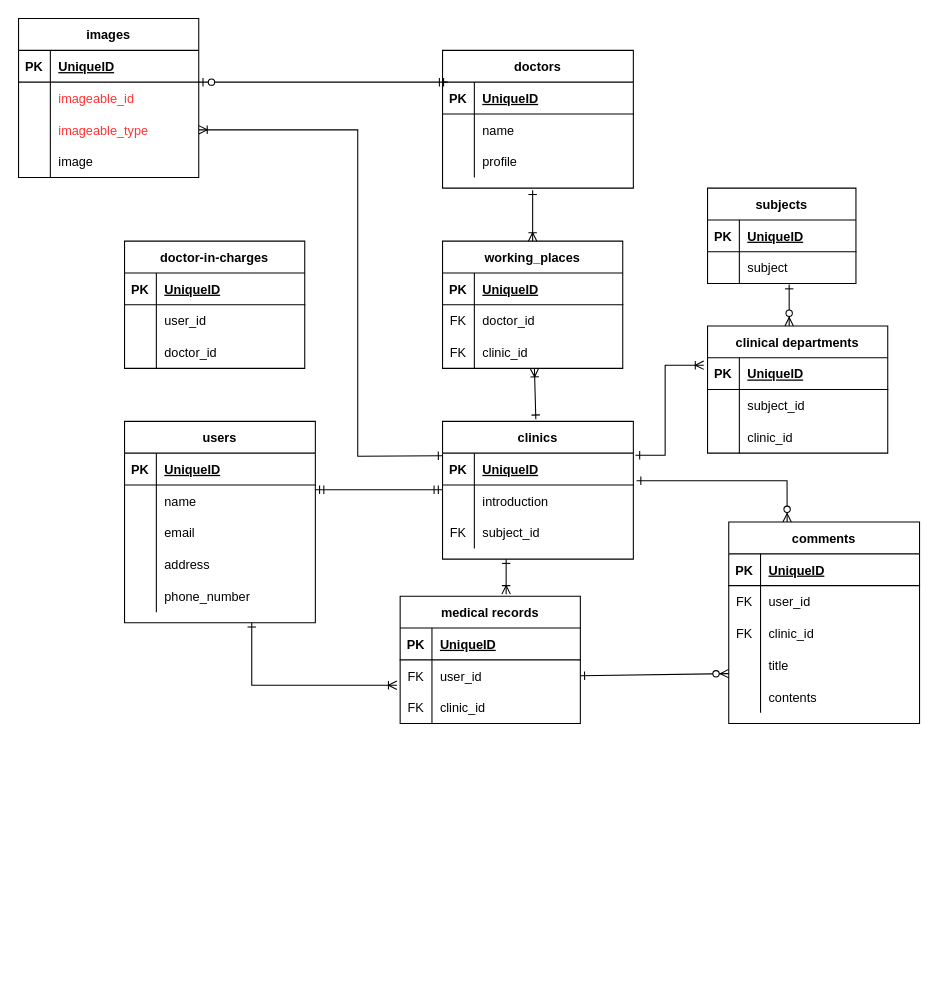
Earlier version of the draw.io diagram page "help_doctor" (4 of 4) of Untitled Diagram.drawio (Sec-il-n/dic_guraduate_parts). Source tidied: cells renumbered, new cells numbered last; positions are measured from the earlier drawing's top-left corner, leaving out a move shared by most shapes. Both pictures are drawn from the tidied source at 106%, with x=0, y=0 at pixel (18, 18).
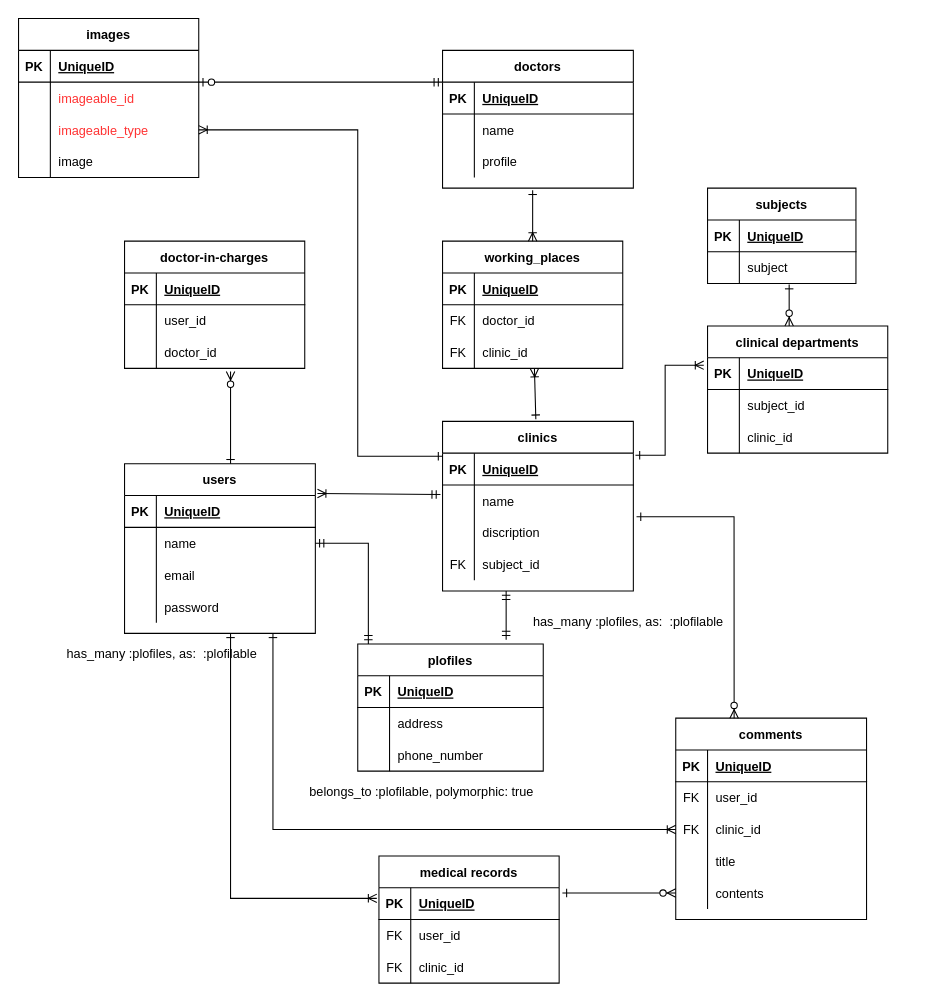
The same diagram, later.

Commit message (it also covers changes not shown here):
Untitled Diagram.drawio を更新します

The change refers to these unchanged cells:
```xml
<mxCell id="3" style="shape=partialRectangle;fillColor=none;top=0;left=0;bottom=1;right=0;points=[[0,0.5],[1,0.5]];portConstraint=eastwest;" parent="2" vertex="1">
  <mxGeometry y="30" width="180" height="30" as="geometry" />
</mxCell>
<mxCell id="6" style="shape=partialRectangle;fillColor=none;top=0;left=0;bottom=0;right=0;points=[[0,0.5],[1,0.5]];portConstraint=eastwest;" parent="2" vertex="1">
  <mxGeometry y="60" width="180" height="30" as="geometry" />
</mxCell>
<mxCell id="12" style="shape=partialRectangle;fillColor=none;top=0;left=0;bottom=0;right=0;" parent="2" vertex="1">
  <mxGeometry y="120" width="180" height="30" as="geometry" />
</mxCell>
<mxCell id="25" style="shape=partialRectangle;fillColor=none;top=0;left=0;bottom=0;right=0;points=[[0,0.5],[1,0.5]];portConstraint=eastwest;" parent="18" vertex="1">
  <mxGeometry y="90" width="170" height="30" as="geometry" />
</mxCell>
<mxCell id="35" style="shape=partialRectangle;fillColor=none;top=0;left=0;bottom=0;right=0;points=[[0,0.5],[1,0.5]];portConstraint=eastwest;" parent="31" vertex="1">
  <mxGeometry y="60" width="180" height="30" as="geometry" />
</mxCell>
<mxCell id="67" style="shape=partialRectangle;fillColor=none;top=0;left=0;bottom=1;right=0;points=[[0,0.5],[1,0.5]];portConstraint=eastwest;" parent="66" vertex="1">
  <mxGeometry y="30" width="170" height="30" as="geometry" />
</mxCell>
<mxCell id="70" style="shape=partialRectangle;fillColor=none;top=0;left=0;bottom=0;right=0;points=[[0,0.5],[1,0.5]];portConstraint=eastwest;" parent="66" vertex="1">
  <mxGeometry y="60" width="170" height="30" as="geometry" />
</mxCell>
<mxCell id="95" style="shape=partialRectangle;fillColor=none;top=0;left=0;bottom=0;right=0;points=[[0,0.5],[1,0.5]];portConstraint=eastwest;" parent="88" vertex="1">
  <mxGeometry y="90" width="180" height="30" as="geometry" />
</mxCell>
<mxCell id="101" style="shape=partialRectangle;fillColor=none;top=0;left=0;bottom=0;right=0;points=[[0,0.5],[1,0.5]];portConstraint=eastwest;" parent="88" vertex="1">
  <mxGeometry y="150" width="180" height="30" as="geometry" />
</mxCell>
```

What changed in the source:
```diff
@@
     <mxCell id="2" value="users" style="shape=table;startSize=30;childLayout=tableLayout;rowLines=0;fontStyle=1;align=center;" parent="1" vertex="1">
-      <mxGeometry x="100" y="380" width="180" height="190" as="geometry" />
+      <mxGeometry x="100" y="420" width="180" height="160" as="geometry" />
     </mxCell>
@@
-    <mxCell id="14" value="address" style="shape=partialRectangle;fillColor=none;top=0;left=0;bottom=0;right=0;align=left;spacingLeft=6;overflow=hidden;" parent="12" vertex="1">
+    <mxCell id="14" value="password" style="shape=partialRectangle;fillColor=none;top=0;left=0;bottom=0;right=0;align=left;spacingLeft=6;overflow=hidden;" parent="12" vertex="1">
       <mxGeometry x="30" width="150" height="30" as="geometry" />
     </mxCell>
-    <mxCell id="15" style="shape=partialRectangle;fillColor=none;top=0;left=0;bottom=0;right=0;" parent="2" vertex="1">
-      <mxGeometry y="150" width="180" height="30" as="geometry" />
-    </mxCell>
-    <mxCell id="16" style="shape=partialRectangle;fillColor=none;top=0;left=0;bottom=0;right=0;overflow=hidden;" parent="15" vertex="1">
-      <mxGeometry width="30" height="30" as="geometry" />
-    </mxCell>
-    <mxCell id="17" value="phone_number" style="shape=partialRectangle;fillColor=none;top=0;left=0;bottom=0;right=0;align=left;spacingLeft=6;overflow=hidden;" parent="15" vertex="1">
-      <mxGeometry x="30" width="150" height="30" as="geometry" />
-    </mxCell>
@@
     <mxCell id="31" value="clinics" style="shape=table;startSize=30;childLayout=tableLayout;rowLines=0;fontStyle=1;align=center;" parent="1" vertex="1">
-      <mxGeometry x="400" y="380" width="180" height="130" as="geometry" />
+      <mxGeometry x="400" y="380" width="180" height="160" as="geometry" />
     </mxCell>
@@
-    <mxCell id="36" style="shape=partialRectangle;fillColor=none;top=0;left=0;bottom=0;right=0;overflow=hidden;" parent="35" vertex="1">
-      <mxGeometry width="30" height="30" as="geometry" />
-    </mxCell>
-    <mxCell id="37" value="introduction" style="shape=partialRectangle;fillColor=none;top=0;left=0;bottom=0;right=0;align=left;spacingLeft=6;overflow=hidden;" parent="35" vertex="1">
-      <mxGeometry x="30" width="150" height="30" as="geometry" />
-    </mxCell>
+    <mxCell id="125" style="shape=partialRectangle;fillColor=none;top=0;left=0;bottom=0;right=0;overflow=hidden;" parent="35" vertex="1">
+      <mxGeometry width="30" height="30" as="geometry" />
+    </mxCell>
+    <mxCell id="126" value="name" style="shape=partialRectangle;fillColor=none;top=0;left=0;bottom=0;right=0;align=left;spacingLeft=6;overflow=hidden;" parent="35" vertex="1">
+      <mxGeometry x="30" width="150" height="30" as="geometry" />
+    </mxCell>
+    <mxCell id="127" style="shape=partialRectangle;fillColor=none;top=0;left=0;bottom=0;right=0;" parent="31" vertex="1">
+      <mxGeometry y="90" width="180" height="30" as="geometry" />
+    </mxCell>
+    <mxCell id="128" style="shape=partialRectangle;fillColor=none;top=0;left=0;bottom=0;right=0;overflow=hidden;" parent="127" vertex="1">
+      <mxGeometry width="30" height="30" as="geometry" />
+    </mxCell>
+    <mxCell id="129" value="discription" style="shape=partialRectangle;fillColor=none;top=0;left=0;bottom=0;right=0;align=left;spacingLeft=6;overflow=hidden;" parent="127" vertex="1">
+      <mxGeometry x="30" width="150" height="30" as="geometry" />
+    </mxCell>
     <mxCell id="38" style="shape=partialRectangle;fillColor=none;top=0;left=0;bottom=0;right=0;" parent="31" vertex="1">
-      <mxGeometry y="90" width="180" height="30" as="geometry" />
+      <mxGeometry y="120" width="180" height="30" as="geometry" />
     </mxCell>
@@
-    <mxCell id="52" style="edgeStyle=entityRelationEdgeStyle;fontSize=12;html=1;endArrow=ERmandOne;startArrow=ERmandOne;entryX=0;entryY=0.15;entryDx=0;entryDy=0;entryPerimeter=0;" parent="1" edge="1" target="35">
-      <mxGeometry relative="1" as="geometry">
-        <mxPoint x="280" y="444.5" as="sourcePoint" />
-      </mxGeometry>
-    </mxCell>
@@
-    <mxCell id="64" style="endArrow=ERoneToMany;html=1;rounded=0;fontColor=#000000;endFill=0;startArrow=ERone;startFill=0;entryX=1;entryY=0.5;entryDx=0;entryDy=0;exitX=0;exitY=0.25;exitDx=0;exitDy=0;" parent="1" edge="1" source="31" target="25">
+    <mxCell id="64" style="endArrow=ERoneToMany;html=1;rounded=0;fontColor=#000000;endFill=0;startArrow=ERone;startFill=0;entryX=1;entryY=0.5;entryDx=0;entryDy=0;" parent="1" edge="1" target="25">
       <mxGeometry relative="1" as="geometry">
+        <mxPoint x="400" y="413" as="sourcePoint" />
         <Array as="points">
           <mxPoint x="320" y="413" />
           <mxPoint x="320" y="260" />
           <mxPoint x="320" y="105" />
           <mxPoint x="230" y="105" />
         </Array>
       </mxGeometry>
     </mxCell>
     <mxCell id="65" style="edgeStyle=entityRelationEdgeStyle;fontSize=12;html=1;endArrow=ERmandOne;startArrow=ERzeroToOne;startFill=1;" parent="1" edge="1">
       <mxGeometry relative="1" as="geometry">
         <mxPoint x="170" y="60" as="sourcePoint" />
-        <mxPoint x="405" y="60" as="targetPoint" />
+        <mxPoint x="400" y="60" as="targetPoint" />
       </mxGeometry>
     </mxCell>
     <mxCell id="66" value="medical records" style="shape=table;startSize=30;childLayout=tableLayout;rowLines=0;fontStyle=1;align=center;strokeColor=#000000;fillColor=#FFFFFF;fontColor=#000000;" parent="1" vertex="1">
-      <mxGeometry x="360" y="545" width="170" height="120" as="geometry" />
+      <mxGeometry x="340" y="790" width="170" height="120" as="geometry" />
     </mxCell>
@@
-    <mxCell id="86" style="endArrow=ERoneToMany;html=1;rounded=0;fontColor=#000000;endFill=0;startArrow=ERone;startFill=0;entryX=-0.018;entryY=0.8;entryDx=0;entryDy=0;entryPerimeter=0;" parent="1" edge="1" target="70">
+    <mxCell id="86" style="endArrow=ERoneToMany;html=1;rounded=0;fontColor=#000000;endFill=0;startArrow=ERone;startFill=0;" parent="1" edge="1">
       <mxGeometry relative="1" as="geometry">
-        <mxPoint x="220" y="570" as="sourcePoint" />
+        <mxPoint x="200" y="580" as="sourcePoint" />
+        <mxPoint x="338" y="830" as="targetPoint" />
         <Array as="points">
-          <mxPoint x="220" y="629" />
+          <mxPoint x="200" y="830" />
         </Array>
       </mxGeometry>
     </mxCell>
-    <mxCell id="87" style="endArrow=ERoneToMany;html=1;rounded=0;fontColor=#000000;endFill=0;startArrow=ERone;startFill=0;" parent="1" edge="1">
+    <mxCell id="87" style="endArrow=ERmandOne;html=1;rounded=0;fontColor=#000000;endFill=0;startArrow=ERmandOne;startFill=0;" parent="1" edge="1">
       <mxGeometry relative="1" as="geometry">
-        <mxPoint x="460" y="510" as="sourcePoint" />
-        <mxPoint x="460" y="543" as="targetPoint" />
+        <mxPoint x="460" y="540" as="sourcePoint" />
+        <mxPoint x="460" y="586" as="targetPoint" />
       </mxGeometry>
     </mxCell>
     <mxCell id="88" value="comments" style="shape=table;startSize=30;childLayout=tableLayout;rowLines=0;fontStyle=1;align=center;strokeColor=#000000;fillColor=#FFFFFF;fontColor=#000000;" parent="1" vertex="1">
-      <mxGeometry x="670" y="475" width="180" height="190" as="geometry" />
+      <mxGeometry x="620" y="660" width="180" height="190" as="geometry" />
     </mxCell>
@@
-    <mxCell id="104" style="endArrow=ERzeroToMany;html=1;rounded=0;fontColor=#000000;endFill=1;startArrow=ERone;startFill=0;entryX=0.306;entryY=0;entryDx=0;entryDy=0;entryPerimeter=0;exitX=1.017;exitY=-0.133;exitDx=0;exitDy=0;exitPerimeter=0;" parent="1" edge="1" source="35" target="88">
+    <mxCell id="104" style="endArrow=ERzeroToMany;html=1;rounded=0;fontColor=#000000;endFill=1;startArrow=ERone;startFill=0;entryX=0.306;entryY=0;entryDx=0;entryDy=0;entryPerimeter=0;" parent="1" edge="1" target="88">
       <mxGeometry relative="1" as="geometry">
+        <mxPoint x="583" y="470" as="sourcePoint" />
         <Array as="points">
-          <mxPoint x="725" y="436" />
+          <mxPoint x="675" y="470" />
         </Array>
       </mxGeometry>
     </mxCell>
-    <mxCell id="105" style="endArrow=ERzeroToMany;html=1;rounded=0;fontColor=#000000;endFill=1;startArrow=ERone;startFill=0;exitX=1;exitY=0.5;exitDx=0;exitDy=0;" parent="1" edge="1" source="70">
-      <mxGeometry relative="1" as="geometry">
-        <mxPoint x="670" y="618" as="targetPoint" />
-      </mxGeometry>
+    <mxCell id="105" style="endArrow=ERzeroToMany;html=1;rounded=0;fontColor=#000000;endFill=1;startArrow=ERone;startFill=0;entryX=0;entryY=0.5;entryDx=0;entryDy=0;exitX=1.018;exitY=0.167;exitDx=0;exitDy=0;exitPerimeter=0;" parent="1" edge="1" source="67" target="101">
+      <mxGeometry relative="1" as="geometry" />
     </mxCell>
@@
+    <mxCell id="130" value="plofiles" style="shape=table;startSize=30;childLayout=tableLayout;rowLines=0;fontStyle=1;align=center;strokeColor=#000000;fillColor=#FFFFFF;fontColor=#000000;" parent="1" vertex="1">
+      <mxGeometry x="320" y="590" width="175" height="120" as="geometry" />
+    </mxCell>
+    <mxCell id="131" style="shape=partialRectangle;fillColor=none;top=0;left=0;bottom=1;right=0;" parent="130" vertex="1">
+      <mxGeometry y="30" width="175" height="30" as="geometry" />
+    </mxCell>
+    <mxCell id="132" value="PK" style="shape=partialRectangle;fillColor=none;top=0;left=0;bottom=0;right=0;fontStyle=1;overflow=hidden;" parent="131" vertex="1">
+      <mxGeometry width="30" height="30" as="geometry" />
+    </mxCell>
+    <mxCell id="133" value="UniqueID" style="shape=partialRectangle;fillColor=none;top=0;left=0;bottom=0;right=0;align=left;spacingLeft=6;fontStyle=5;overflow=hidden;" parent="131" vertex="1">
+      <mxGeometry x="30" width="145" height="30" as="geometry" />
+    </mxCell>
+    <mxCell id="134" style="shape=partialRectangle;fillColor=none;top=0;left=0;bottom=0;right=0;" parent="130" vertex="1">
+      <mxGeometry y="60" width="175" height="30" as="geometry" />
+    </mxCell>
+    <mxCell id="135" style="shape=partialRectangle;fillColor=none;top=0;left=0;bottom=0;right=0;overflow=hidden;" parent="134" vertex="1">
+      <mxGeometry width="30" height="30" as="geometry" />
+    </mxCell>
+    <mxCell id="136" value="address" style="shape=partialRectangle;fillColor=none;top=0;left=0;bottom=0;right=0;align=left;spacingLeft=6;overflow=hidden;" parent="134" vertex="1">
+      <mxGeometry x="30" width="145" height="30" as="geometry" />
+    </mxCell>
+    <mxCell id="137" style="shape=partialRectangle;fillColor=none;top=0;left=0;bottom=0;right=0;" parent="130" vertex="1">
+      <mxGeometry y="90" width="175" height="30" as="geometry" />
+    </mxCell>
+    <mxCell id="138" style="shape=partialRectangle;fillColor=none;top=0;left=0;bottom=0;right=0;overflow=hidden;" parent="137" vertex="1">
+      <mxGeometry width="30" height="30" as="geometry" />
+    </mxCell>
+    <mxCell id="17" value="phone_number" style="shape=partialRectangle;fillColor=none;top=0;left=0;bottom=0;right=0;align=left;spacingLeft=6;overflow=hidden;" parent="137" vertex="1">
+      <mxGeometry x="30" width="145" height="30" as="geometry" />
+    </mxCell>
+    <mxCell id="139" value="belongs_to :plofilable, polymorphic: true" style="text;html=1;align=center;verticalAlign=middle;fontColor=#000000;" parent="1" vertex="1">
+      <mxGeometry x="265" y="720" width="230" height="20" as="geometry" />
+    </mxCell>
+    <mxCell id="140" value="has_many :plofiles, as:&amp;nbsp; :plofilable" style="text;html=1;align=center;verticalAlign=middle;fontColor=#000000;" parent="1" vertex="1">
+      <mxGeometry x="40" y="590" width="190" height="20" as="geometry" />
+    </mxCell>
+    <mxCell id="141" value="has_many :plofiles, as:&amp;nbsp; :plofilable" style="text;html=1;align=center;verticalAlign=middle;fontColor=#000000;" parent="1" vertex="1">
+      <mxGeometry x="480" y="560" width="190" height="20" as="geometry" />
+    </mxCell>
+    <mxCell id="142" style="endArrow=ERmandOne;html=1;rounded=0;fontColor=#000000;endFill=0;startArrow=ERmandOne;startFill=0;exitX=1;exitY=0.5;exitDx=0;exitDy=0;" parent="1" edge="1" source="6">
+      <mxGeometry relative="1" as="geometry">
+        <mxPoint x="330" y="590" as="targetPoint" />
+        <Array as="points">
+          <mxPoint x="330" y="495" />
+        </Array>
+      </mxGeometry>
+    </mxCell>
+    <mxCell id="143" style="endArrow=ERmandOne;html=1;rounded=0;fontColor=#000000;endFill=0;startArrow=ERoneToMany;startFill=0;exitX=1.011;exitY=-0.067;exitDx=0;exitDy=0;exitPerimeter=0;entryX=-0.011;entryY=0.3;entryDx=0;entryDy=0;entryPerimeter=0;" parent="1" edge="1" source="3" target="35">
+      <mxGeometry relative="1" as="geometry" />
+    </mxCell>
+    <mxCell id="144" style="endArrow=ERone;html=1;rounded=0;fontColor=#000000;endFill=0;startArrow=ERzeroToMany;startFill=1;" parent="1" edge="1">
+      <mxGeometry relative="1" as="geometry">
+        <mxPoint x="200" y="333" as="sourcePoint" />
+        <mxPoint x="200" y="420" as="targetPoint" />
+      </mxGeometry>
+    </mxCell>
+    <mxCell id="145" style="endArrow=ERoneToMany;html=1;rounded=0;fontColor=#000000;endFill=0;startArrow=ERone;startFill=0;entryX=0;entryY=0.5;entryDx=0;entryDy=0;" parent="1" edge="1" target="95">
+      <mxGeometry relative="1" as="geometry">
+        <mxPoint x="240" y="580" as="sourcePoint" />
+        <Array as="points">
+          <mxPoint x="240" y="765" />
+        </Array>
+      </mxGeometry>
+    </mxCell>
```
